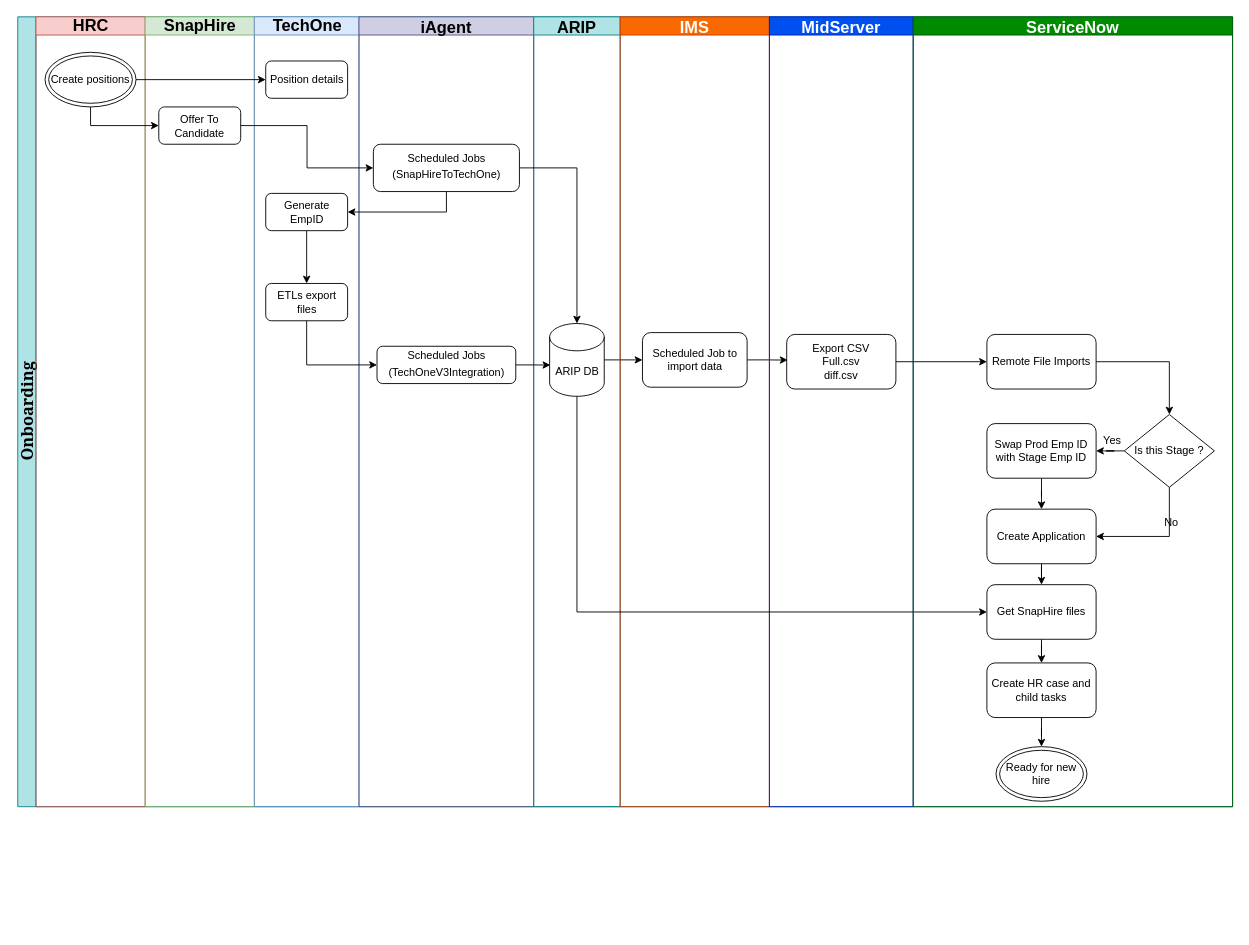
The draw.io diagram Untitled Diagram.drawio in andrep2208/helloworld, before the edit. Source tidied: cells renumbered, new cells numbered last; positions are measured from the earlier drawing's top-left corner, leaving out a move shared by most shapes. Both pictures are drawn from the tidied source at 91%, with x=0, y=0 at pixel (17, 16).
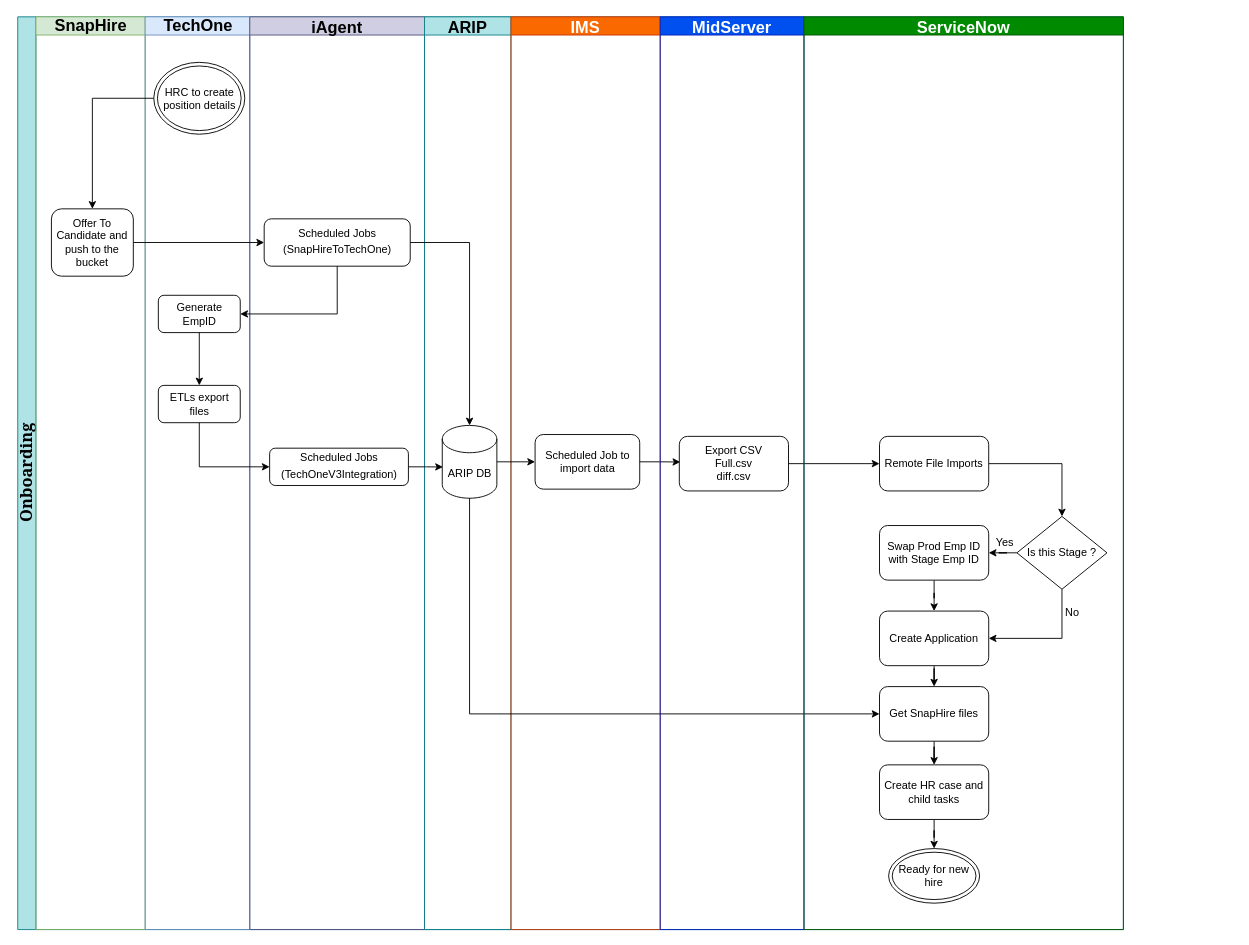
The same diagram, later.

What changed in the source:
```diff
@@
     <mxCell id="2" value="Onboarding" style="swimlane;html=1;startSize=20;horizontal=0;fillColor=#b0e3e6;strokeColor=#0e8088;fontSize=18;fontFamily=Georgia;" parent="1" vertex="1">
-      <mxGeometry width="1335" height="868" as="geometry" />
+      <mxGeometry width="1215" height="1003" as="geometry" />
     </mxCell>
-    <mxCell id="3" value="HRC" style="swimlane;html=1;startSize=20;fillColor=#f8cecc;strokeColor=#b85450;fontSize=18;" parent="2" vertex="1">
-      <mxGeometry x="20" width="120" height="868" as="geometry" />
-    </mxCell>
-    <mxCell id="4" value="Create positions" style="ellipse;shape=doubleEllipse;whiteSpace=wrap;html=1;fontSize=12;" parent="3" vertex="1">
-      <mxGeometry x="10" y="39" width="100" height="60" as="geometry" />
-    </mxCell>
     <mxCell id="5" value="SnapHire" style="swimlane;html=1;startSize=20;fillColor=#d5e8d4;strokeColor=#82b366;fontSize=18;" parent="2" vertex="1">
-      <mxGeometry x="140" width="120" height="868" as="geometry" />
+      <mxGeometry x="20" width="120" height="1003" as="geometry" />
     </mxCell>
-    <mxCell id="6" value="Offer To Candidate" style="rounded=1;whiteSpace=wrap;html=1;fontSize=12;" parent="5" vertex="1">
-      <mxGeometry x="15" y="99" width="90" height="41" as="geometry" />
+    <mxCell id="6" value="Offer To Candidate and push to the bucket" style="rounded=1;whiteSpace=wrap;html=1;fontSize=12;" parent="5" vertex="1">
+      <mxGeometry x="17" y="211" width="90" height="74" as="geometry" />
     </mxCell>
     <mxCell id="7" value="TechOne" style="swimlane;html=1;startSize=20;fillColor=#dae8fc;strokeColor=#6c8ebf;fontSize=18;" parent="2" vertex="1">
-      <mxGeometry x="260" width="115" height="868" as="geometry" />
+      <mxGeometry x="140" width="115" height="1003" as="geometry" />
     </mxCell>
     <mxCell id="8" value="Generate EmpID" style="rounded=1;whiteSpace=wrap;html=1;fontSize=12;" parent="7" vertex="1">
-      <mxGeometry x="12.5" y="194" width="90" height="41" as="geometry" />
+      <mxGeometry x="14.5" y="306" width="90" height="41" as="geometry" />
     </mxCell>
-    <mxCell id="9" value="Position details" style="rounded=1;whiteSpace=wrap;html=1;fontSize=12;" parent="7" vertex="1">
-      <mxGeometry x="12.5" y="48.5" width="90" height="41" as="geometry" />
-    </mxCell>
     <mxCell id="10" value="ETLs export files" style="rounded=1;whiteSpace=wrap;html=1;fontSize=12;" parent="7" vertex="1">
-      <mxGeometry x="12.5" y="293" width="90" height="41" as="geometry" />
+      <mxGeometry x="14.5" y="405" width="90" height="41" as="geometry" />
     </mxCell>
@@
-    <mxCell id="12" style="edgeStyle=orthogonalEdgeStyle;rounded=0;jettySize=auto;html=1;fontSize=12;entryX=0;entryY=0.5;entryDx=0;entryDy=0;" parent="2" edge="1" source="4" target="9">
-      <mxGeometry relative="1" as="geometry" />
-    </mxCell>
+    <mxCell id="4" value="HRC to create position details" style="ellipse;shape=doubleEllipse;whiteSpace=wrap;html=1;fontSize=12;" parent="7" vertex="1">
+      <mxGeometry x="9.5" y="50" width="100" height="79" as="geometry" />
+    </mxCell>
     <mxCell id="13" value="iAgent" style="swimlane;startSize=20;fontSize=18;fillColor=#d0cee2;strokeColor=#56517e;" parent="2" vertex="1">
-      <mxGeometry x="375" width="192" height="868" as="geometry" />
+      <mxGeometry x="255" width="192" height="1003" as="geometry" />
     </mxCell>
     <mxCell id="14" value="Scheduled Jobs&lt;br&gt;&lt;table border=&quot;0&quot; cellpadding=&quot;0&quot; cellspacing=&quot;0&quot; width=&quot;135&quot; style=&quot;border-collapse: collapse ; width: 101pt&quot;&gt;&lt;tbody&gt;&lt;tr style=&quot;height: 15.0pt&quot;&gt;  &lt;td height=&quot;20&quot; width=&quot;135&quot; style=&quot;height: 15.0pt ; width: 101pt&quot;&gt;(SnapHireToTechOne)&lt;br&gt;&lt;/td&gt;&lt;/tr&gt;&lt;/tbody&gt;&lt;/table&gt;" style="rounded=1;whiteSpace=wrap;html=1;fontSize=12;" parent="13" vertex="1">
-      <mxGeometry x="15.8" y="140" width="160.5" height="52" as="geometry" />
+      <mxGeometry x="15.8" y="222" width="160.5" height="52" as="geometry" />
     </mxCell>
     <mxCell id="15" value="&lt;span&gt;Scheduled Jobs&lt;/span&gt;&lt;br&gt;&lt;table border=&quot;0&quot; cellpadding=&quot;0&quot; cellspacing=&quot;0&quot; width=&quot;135&quot; style=&quot;border-collapse: collapse ; width: 101pt&quot;&gt;&lt;tbody&gt;&lt;tr style=&quot;height: 15pt&quot;&gt;&lt;td height=&quot;20&quot; width=&quot;135&quot; style=&quot;height: 15pt ; width: 101pt&quot;&gt;(TechOneV3Integration)&lt;br&gt;&lt;/td&gt;&lt;/tr&gt;&lt;/tbody&gt;&lt;/table&gt;" style="rounded=1;whiteSpace=wrap;html=1;fontSize=12;" parent="13" vertex="1">
-      <mxGeometry x="19.8" y="362" width="152.5" height="41" as="geometry" />
+      <mxGeometry x="21.8" y="474" width="152.5" height="41" as="geometry" />
     </mxCell>
     <mxCell id="16" value="ARIP" style="swimlane;startSize=20;fontSize=18;fillColor=#b0e3e6;strokeColor=#0e8088;" parent="2" vertex="1">
-      <mxGeometry x="567" width="95" height="868" as="geometry" />
+      <mxGeometry x="447" width="95" height="1003" as="geometry" />
     </mxCell>
     <mxCell id="17" value="ARIP DB" style="shape=cylinder3;whiteSpace=wrap;html=1;boundedLbl=1;backgroundOutline=1;size=15;" parent="16" vertex="1">
-      <mxGeometry x="17.5" y="337" width="60" height="80" as="geometry" />
+      <mxGeometry x="19.5" y="449" width="60" height="80" as="geometry" />
     </mxCell>
+    <mxCell id="21" value="IMS" style="swimlane;startSize=20;fillColor=#fa6800;strokeColor=#C73500;fontSize=18;fontColor=#ffffff;" parent="2" vertex="1">
+      <mxGeometry x="542" width="164" height="1003" as="geometry" />
+    </mxCell>
+    <mxCell id="22" value="Scheduled Job to import data" style="rounded=1;whiteSpace=wrap;html=1;" parent="21" vertex="1">
+      <mxGeometry x="26.5" y="459" width="115" height="60" as="geometry" />
+    </mxCell>
@@
-    <mxCell id="21" value="IMS" style="swimlane;startSize=20;fillColor=#fa6800;strokeColor=#C73500;fontSize=18;fontColor=#ffffff;" parent="2" vertex="1">
-      <mxGeometry x="662" width="164" height="868" as="geometry" />
-    </mxCell>
-    <mxCell id="22" value="Scheduled Job to import data" style="rounded=1;whiteSpace=wrap;html=1;" parent="21" vertex="1">
-      <mxGeometry x="24.5" y="347" width="115" height="60" as="geometry" />
-    </mxCell>
-    <mxCell id="23" value="MidServer" style="swimlane;startSize=20;fillColor=#0050ef;strokeColor=#001DBC;fontColor=#ffffff;fontSize=18;" parent="2" vertex="1">
-      <mxGeometry x="826" width="158" height="868" as="geometry" />
-    </mxCell>
-    <mxCell id="24" value="Export CSV&lt;br&gt;Full.csv&lt;br&gt;diff.csv" style="rounded=1;whiteSpace=wrap;html=1;" parent="23" vertex="1">
-      <mxGeometry x="19" y="349" width="120" height="60" as="geometry" />
-    </mxCell>
-    <mxCell id="25" style="edgeStyle=orthogonalEdgeStyle;rounded=0;jettySize=auto;html=1;entryX=0;entryY=0.5;entryDx=0;entryDy=0;fontSize=12;exitX=0.5;exitY=1;exitDx=0;exitDy=0;" parent="2" edge="1" source="4" target="6">
-      <mxGeometry relative="1" as="geometry" />
-    </mxCell>
@@
+    <mxCell id="48" style="edgeStyle=orthogonalEdgeStyle;rounded=0;jettySize=auto;html=1;fontFamily=Georgia;fontSize=18;" parent="2" edge="1" source="14" target="17">
+      <mxGeometry relative="1" as="geometry" />
+    </mxCell>
+    <mxCell id="23" value="MidServer" style="swimlane;startSize=20;fillColor=#0050ef;strokeColor=#001DBC;fontColor=#ffffff;fontSize=18;" parent="2" vertex="1">
+      <mxGeometry x="706" width="158" height="1003" as="geometry" />
+    </mxCell>
+    <mxCell id="24" value="Export CSV&lt;br&gt;Full.csv&lt;br&gt;diff.csv" style="rounded=1;whiteSpace=wrap;html=1;" parent="23" vertex="1">
+      <mxGeometry x="21" y="461" width="120" height="60" as="geometry" />
+    </mxCell>
     <mxCell id="31" value="ServiceNow" style="swimlane;startSize=20;fillColor=#008a00;strokeColor=#005700;fontColor=#ffffff;fontSize=18;" parent="2" vertex="1">
-      <mxGeometry x="984" width="351" height="868" as="geometry" />
+      <mxGeometry x="864" width="351" height="1003" as="geometry" />
     </mxCell>
@@
     <mxCell id="33" value="Remote File Imports" style="rounded=1;whiteSpace=wrap;html=1;" parent="31" vertex="1">
-      <mxGeometry x="81" y="349" width="120" height="60" as="geometry" />
+      <mxGeometry x="83" y="461" width="120" height="60" as="geometry" />
     </mxCell>
@@
     <mxCell id="35" value="Get SnapHire files" style="rounded=1;whiteSpace=wrap;html=1;" parent="31" vertex="1">
-      <mxGeometry x="81" y="624" width="120" height="60" as="geometry" />
+      <mxGeometry x="83" y="736" width="120" height="60" as="geometry" />
     </mxCell>
@@
     <mxCell id="37" value="Create Application" style="rounded=1;whiteSpace=wrap;html=1;" parent="31" vertex="1">
-      <mxGeometry x="81" y="541" width="120" height="60" as="geometry" />
+      <mxGeometry x="83" y="653" width="120" height="60" as="geometry" />
     </mxCell>
@@
     <mxCell id="39" value="Create HR case and child tasks" style="rounded=1;whiteSpace=wrap;html=1;" parent="31" vertex="1">
-      <mxGeometry x="81" y="710" width="120" height="60" as="geometry" />
+      <mxGeometry x="83" y="822" width="120" height="60" as="geometry" />
     </mxCell>
@@
     <mxCell id="42" value="Is this Stage ?" style="rhombus;whiteSpace=wrap;html=1;" parent="31" vertex="1">
-      <mxGeometry x="232" y="437" width="99" height="80" as="geometry" />
+      <mxGeometry x="234" y="549" width="99" height="80" as="geometry" />
     </mxCell>
@@
     <mxCell id="44" value="Swap Prod Emp ID with Stage Emp ID" style="rounded=1;whiteSpace=wrap;html=1;" parent="31" vertex="1">
-      <mxGeometry x="81" y="447" width="120" height="60" as="geometry" />
+      <mxGeometry x="83" y="559" width="120" height="60" as="geometry" />
     </mxCell>
     <mxCell id="45" value="Yes" style="text;html=1;strokeColor=none;fillColor=none;align=center;verticalAlign=middle;whiteSpace=wrap;rounded=0;" parent="31" vertex="1">
-      <mxGeometry x="199" y="456" width="40" height="20" as="geometry" />
+      <mxGeometry x="201" y="568" width="40" height="20" as="geometry" />
     </mxCell>
     <mxCell id="46" value="No" style="text;html=1;strokeColor=none;fillColor=none;align=center;verticalAlign=middle;whiteSpace=wrap;rounded=0;" parent="31" vertex="1">
-      <mxGeometry x="264" y="546" width="40" height="20" as="geometry" />
+      <mxGeometry x="275" y="645" width="40" height="20" as="geometry" />
     </mxCell>
     <mxCell id="47" value="Ready for new hire" style="ellipse;shape=doubleEllipse;whiteSpace=wrap;html=1;" parent="31" vertex="1">
-      <mxGeometry x="91" y="802" width="100" height="60" as="geometry" />
+      <mxGeometry x="93" y="914" width="100" height="60" as="geometry" />
     </mxCell>
-    <mxCell id="48" style="edgeStyle=orthogonalEdgeStyle;rounded=0;jettySize=auto;html=1;fontFamily=Georgia;fontSize=18;" parent="2" edge="1" source="14" target="17">
-      <mxGeometry relative="1" as="geometry" />
-    </mxCell>
+    <mxCell id="25" style="edgeStyle=orthogonalEdgeStyle;rounded=0;jettySize=auto;html=1;exitX=0;exitY=0.5;exitDx=0;exitDy=0;" parent="2" edge="1" source="4" target="6">
+      <mxGeometry relative="1" as="geometry" />
+    </mxCell>
```
